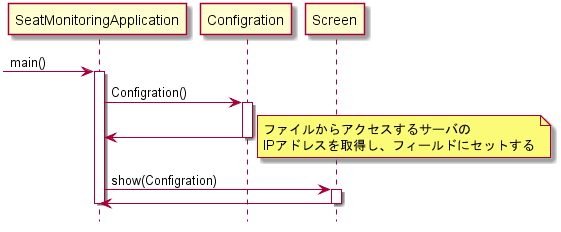
Earlier version of the PlantUML export doc/詳細設計/詳細設計書/構成図/座席監視アプリ起動シーケンス図.png (KeisukeSugita/Seat-monitoring-system).
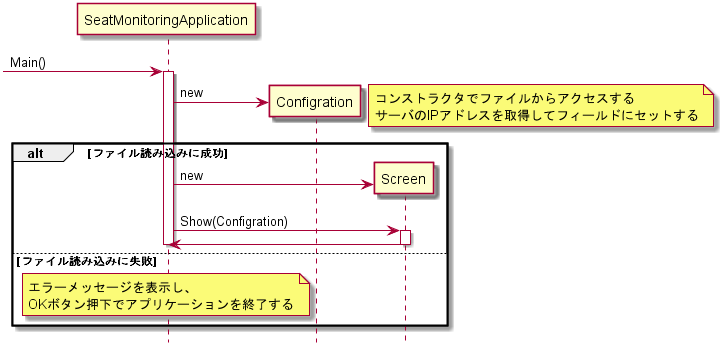
Later version of the same file.

Change to the diagram source:
```diff
@@ -5,21 +5,28 @@
 participant "Configration" as Configration
 participant "Screen" as Screen
 
--> SeatMonitoringApplication :main()
+-> SeatMonitoringApplication :Main()
 activate SeatMonitoringApplication
-SeatMonitoringApplication -> Configration : Configration()
-activate Configration
-SeatMonitoringApplication <- Configration
-deactivate Configration
+create Configration
+SeatMonitoringApplication -> Configration : new
 note right
-	ファイルからアクセスするサーバの
-	IPアドレスを取得し、フィールドにセットする
+	コンストラクタでファイルからアクセスする
+	サーバのIPアドレスを取得してフィールドにセットする
 end note
 
-SeatMonitoringApplication -> Screen : show(Configration)
-activate Screen
-SeatMonitoringApplication <- Screen
-deactivate Screen
-deactivate SeatMonitoringApplication
+alt ファイル読み込みに成功
+	create Screen
+	SeatMonitoringApplication -> Screen : new
+	SeatMonitoringApplication -> Screen : Show(Configration)
+	activate Screen
+	SeatMonitoringApplication <- Screen
+	deactivate Screen
+else ファイル読み込みに失敗
+	note over SeatMonitoringApplication
+		エラーメッセージを表示し、
+		OKボタン押下でアプリケーションを終了する
+	end note
+	deactivate SeatMonitoringApplication
+end
 
 @enduml
```
